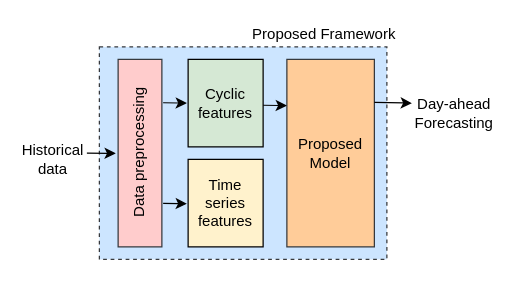
The draw.io diagram Figure/ProposedModels.drawio in buntueng/R-PV-Forecasting, before the edit. Source tidied: cells renumbered, new cells numbered last; positions are measured from the earlier drawing's top-left corner, leaving out a move shared by most shapes. Both pictures are drawn from the tidied source at 125%, with x=0, y=0 at pixel (21, 21).
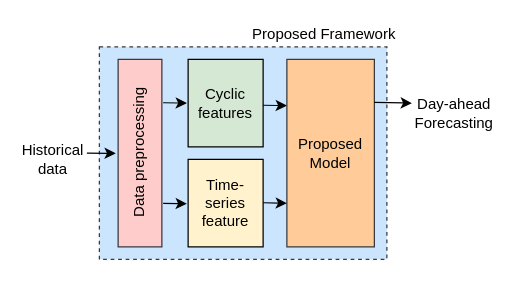
The same diagram, later.

Commit message (it also covers changes not shown here):
update model figure

Diff of the diagram source:
```diff
@@
-    <mxCell id="4" value="Time series features" style="rounded=0;whiteSpace=wrap;html=1;fillColor=#fff2cc;strokeColor=#000000;" parent="1" vertex="1">
+    <mxCell id="4" value="Time-series feature" style="rounded=0;whiteSpace=wrap;html=1;fillColor=#fff2cc;strokeColor=#000000;" parent="1" vertex="1">
       <mxGeometry x="133" y="110" width="60" height="70" as="geometry" />
     </mxCell>
@@
+    <mxCell id="15" style="endArrow=classic;html=1;rounded=0;" parent="1" edge="1">
+      <mxGeometry relative="1" as="geometry">
+        <mxPoint x="193" y="144.7" as="sourcePoint" />
+        <mxPoint x="212" y="145.1" as="targetPoint" />
+      </mxGeometry>
+    </mxCell>
```
